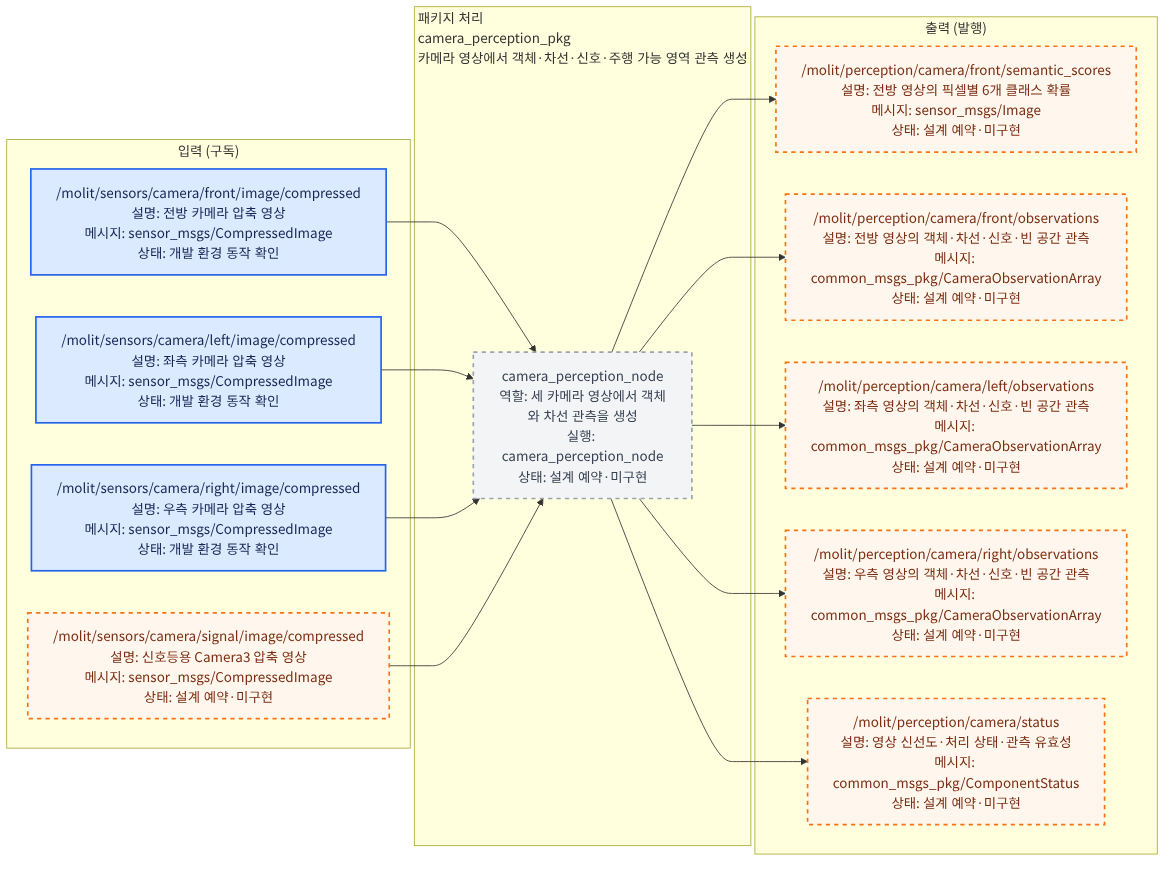
Earlier version of the Mermaid export src/camera_perception_pkg/docs/interface_io.png (Team-Stier/Morai_Sim_team2). Its source is kept beside it as src/camera_perception_pkg/docs/interface_io.mmd. Source of this version:
```mermaid
flowchart LR
    classDef liveNode fill:#dcfce7,color:#14532d,stroke:#16a34a,stroke-width:2px;
    classDef reservedNode fill:#f3f4f6,color:#374151,stroke:#9ca3af,stroke-width:2px,stroke-dasharray: 5 5;
    classDef liveTopic fill:#dbeafe,color:#172554,stroke:#2563eb,stroke-width:2px;
    classDef reservedTopic fill:#fff7ed,color:#7c2d12,stroke:#f97316,stroke-width:2px,stroke-dasharray: 5 5;
    classDef emptyPort fill:#ffffff,color:#6b7280,stroke:#d1d5db,stroke-dasharray: 3 3;
    classDef externalEndpoint fill:#f3e8ff,color:#581c87,stroke:#9333ea,stroke-width:3px;

    subgraph INPUTS["입력 (구독)"]
        input_000["/molit/sensors/camera/front/image/compressed<br/>설명: 전방 카메라 압축 영상<br/>메시지: sensor_msgs/CompressedImage<br/>상태: 개발 환경 동작 확인"]
        input_001["/molit/sensors/camera/left/image/compressed<br/>설명: 좌측 카메라 압축 영상<br/>메시지: sensor_msgs/CompressedImage<br/>상태: 개발 환경 동작 확인"]
        input_002["/molit/sensors/camera/right/image/compressed<br/>설명: 우측 카메라 압축 영상<br/>메시지: sensor_msgs/CompressedImage<br/>상태: 개발 환경 동작 확인"]
        input_003["/molit/sensors/camera/signal/image/compressed<br/>설명: 신호등용 Camera3 압축 영상<br/>메시지: sensor_msgs/CompressedImage<br/>상태: 설계 예약·미구현"]
    end
    subgraph PACKAGE["패키지 처리<br/>camera_perception_pkg<br/>카메라 영상에서 객체·차선·신호·주행 가능 영역 관측 생성"]
        local_node_000["camera_perception_node<br/>역할: 세 카메라 영상에서 객체와 차선 관측을 생성<br/>실행: camera_perception_node<br/>상태: 설계 예약·미구현"]
    end
    subgraph OUTPUTS["출력 (발행)"]
        output_000["/molit/perception/camera/front/semantic_scores<br/>설명: 전방 영상의 픽셀별 6개 클래스 확률<br/>메시지: sensor_msgs/Image<br/>상태: 설계 예약·미구현"]
        output_001["/molit/perception/camera/front/observations<br/>설명: 전방 영상의 객체·차선·신호·빈 공간 관측<br/>메시지: common_msgs_pkg/CameraObservationArray<br/>상태: 설계 예약·미구현"]
        output_002["/molit/perception/camera/left/observations<br/>설명: 좌측 영상의 객체·차선·신호·빈 공간 관측<br/>메시지: common_msgs_pkg/CameraObservationArray<br/>상태: 설계 예약·미구현"]
        output_003["/molit/perception/camera/right/observations<br/>설명: 우측 영상의 객체·차선·신호·빈 공간 관측<br/>메시지: common_msgs_pkg/CameraObservationArray<br/>상태: 설계 예약·미구현"]
        output_004["/molit/perception/camera/status<br/>설명: 영상 신선도·처리 상태·관측 유효성<br/>메시지: common_msgs_pkg/ComponentStatus<br/>상태: 설계 예약·미구현"]
    end

    input_000 --> local_node_000
    input_001 --> local_node_000
    input_002 --> local_node_000
    input_003 --> local_node_000
    local_node_000 --> output_000
    local_node_000 --> output_001
    local_node_000 --> output_002
    local_node_000 --> output_003
    local_node_000 --> output_004

    class local_node_000 reservedNode;
    class input_000 liveTopic;
    class input_001 liveTopic;
    class input_002 liveTopic;
    class input_003 reservedTopic;
    class output_000 reservedTopic;
    class output_001 reservedTopic;
    class output_002 reservedTopic;
    class output_003 reservedTopic;
    class output_004 reservedTopic;
```
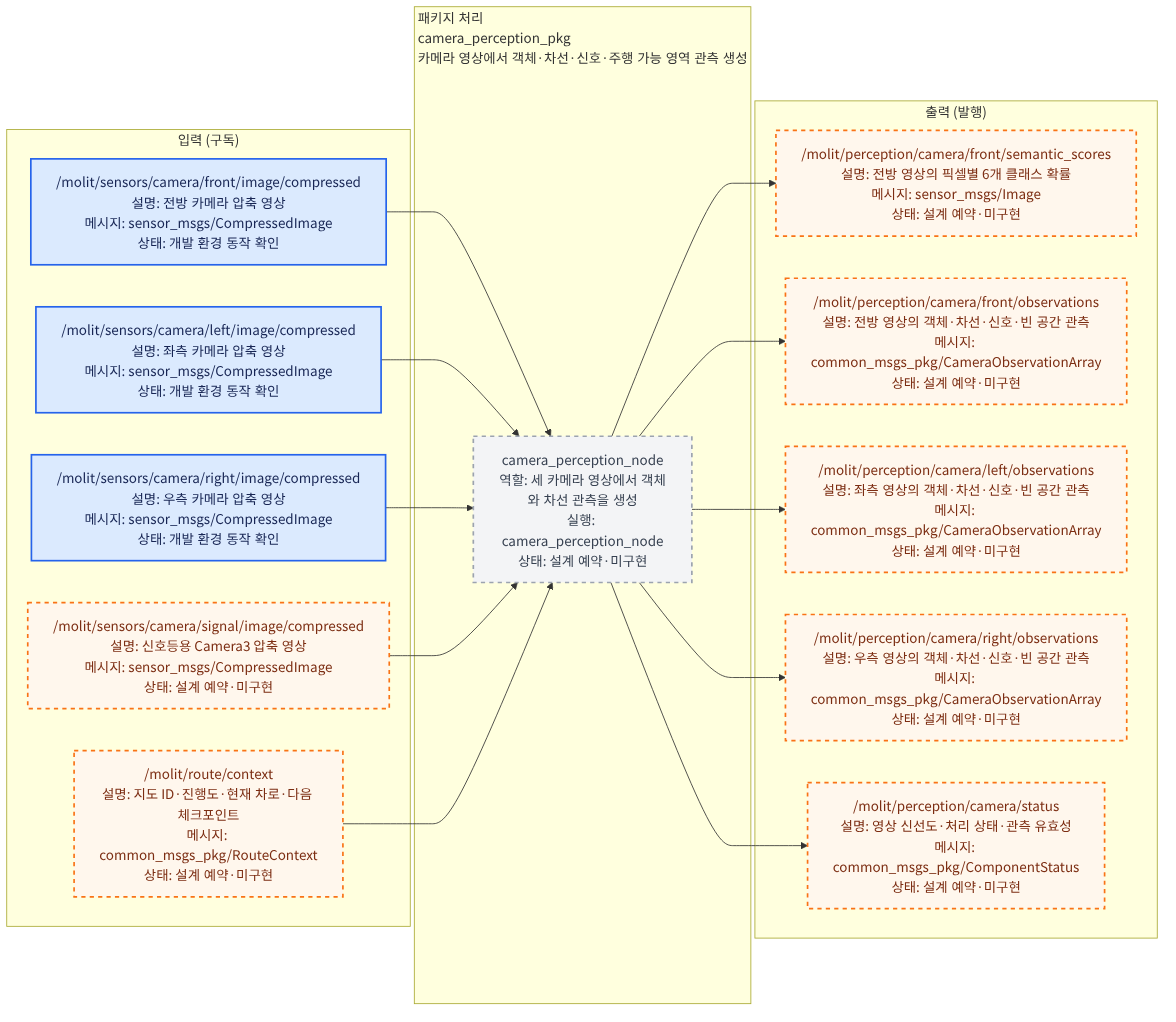
The same diagram one commit later.

What changed in the source:
```diff
@@ -11,6 +11,7 @@
         input_001["/molit/sensors/camera/left/image/compressed<br/>설명: 좌측 카메라 압축 영상<br/>메시지: sensor_msgs/CompressedImage<br/>상태: 개발 환경 동작 확인"]
         input_002["/molit/sensors/camera/right/image/compressed<br/>설명: 우측 카메라 압축 영상<br/>메시지: sensor_msgs/CompressedImage<br/>상태: 개발 환경 동작 확인"]
         input_003["/molit/sensors/camera/signal/image/compressed<br/>설명: 신호등용 Camera3 압축 영상<br/>메시지: sensor_msgs/CompressedImage<br/>상태: 설계 예약·미구현"]
+        input_004["/molit/route/context<br/>설명: 지도 ID·진행도·현재 차로·다음 체크포인트<br/>메시지: common_msgs_pkg/RouteContext<br/>상태: 설계 예약·미구현"]
     end
     subgraph PACKAGE["패키지 처리<br/>camera_perception_pkg<br/>카메라 영상에서 객체·차선·신호·주행 가능 영역 관측 생성"]
         local_node_000["camera_perception_node<br/>역할: 세 카메라 영상에서 객체와 차선 관측을 생성<br/>실행: camera_perception_node<br/>상태: 설계 예약·미구현"]
@@ -27,6 +28,7 @@
     input_001 --> local_node_000
     input_002 --> local_node_000
     input_003 --> local_node_000
+    input_004 --> local_node_000
     local_node_000 --> output_000
     local_node_000 --> output_001
     local_node_000 --> output_002
@@ -38,6 +40,7 @@
     class input_001 liveTopic;
     class input_002 liveTopic;
     class input_003 reservedTopic;
+    class input_004 reservedTopic;
     class output_000 reservedTopic;
     class output_001 reservedTopic;
     class output_002 reservedTopic;
```
